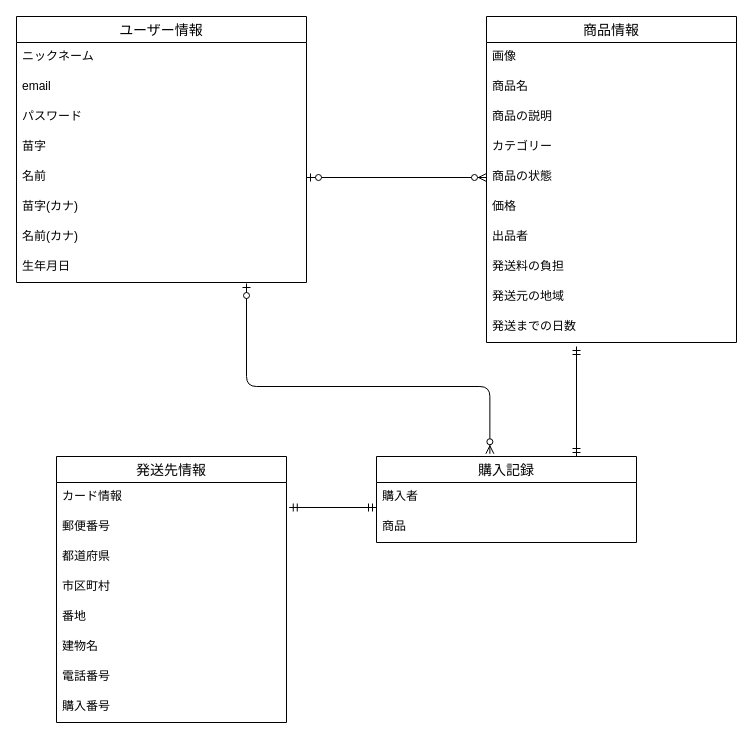
The draw.io diagram test.dio in yuyadesu/furima-38092, before the edit. Source tidied: cells renumbered, new cells numbered last; positions are measured from the earlier drawing's top-left corner, leaving out a move shared by most shapes. Both pictures are drawn from the tidied source at 100%, with x=0, y=0 at pixel (16, 16).
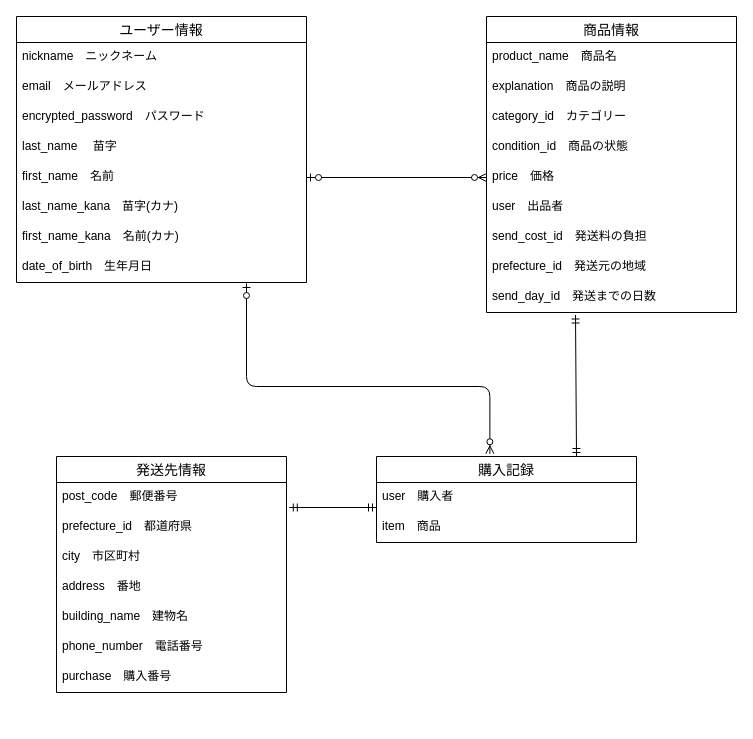
After the change.

Commit message:
テーブル設計5修正

Unchanged cells that the change refers to:
```xml
<mxCell id="2" value="ユーザー情報" style="swimlane;fontStyle=0;horizontal=1;startSize=26;align=center;fontSize=14;" parent="1" vertex="1">
  <mxGeometry width="290" height="266" as="geometry" />
</mxCell>
<mxCell id="22" value="購入記録" style="swimlane;fontStyle=0;horizontal=1;startSize=26;align=center;fontSize=14;" parent="1" vertex="1">
  <mxGeometry x="360" y="440" width="260" height="86" as="geometry" />
</mxCell>
```

Diff of the diagram source:
```diff
@@
-    <mxCell id="3" value="ニックネーム" style="text;strokeColor=none;fillColor=none;spacingLeft=4;spacingRight=4;overflow=hidden;fontSize=12;" parent="2" vertex="1">
+    <mxCell id="3" value="nickname　ニックネーム" style="text;strokeColor=none;fillColor=none;spacingLeft=4;spacingRight=4;overflow=hidden;fontSize=12;" parent="2" vertex="1">
       <mxGeometry y="26" width="290" height="30" as="geometry" />
     </mxCell>
-    <mxCell id="4" value="email" style="text;strokeColor=none;fillColor=none;spacingLeft=4;spacingRight=4;overflow=hidden;fontSize=12;" parent="2" vertex="1">
+    <mxCell id="4" value="email　メールアドレス" style="text;strokeColor=none;fillColor=none;spacingLeft=4;spacingRight=4;overflow=hidden;fontSize=12;" parent="2" vertex="1">
       <mxGeometry y="56" width="290" height="30" as="geometry" />
     </mxCell>
-    <mxCell id="5" value="パスワード" style="text;strokeColor=none;fillColor=none;spacingLeft=4;spacingRight=4;overflow=hidden;fontSize=12;" parent="2" vertex="1">
+    <mxCell id="5" value="encrypted_password　パスワード" style="text;strokeColor=none;fillColor=none;spacingLeft=4;spacingRight=4;overflow=hidden;fontSize=12;" parent="2" vertex="1">
       <mxGeometry y="86" width="290" height="30" as="geometry" />
     </mxCell>
-    <mxCell id="6" value="苗字" style="text;strokeColor=none;fillColor=none;spacingLeft=4;spacingRight=4;overflow=hidden;fontSize=12;" parent="2" vertex="1">
+    <mxCell id="6" value="last_name 　苗字" style="text;strokeColor=none;fillColor=none;spacingLeft=4;spacingRight=4;overflow=hidden;fontSize=12;" parent="2" vertex="1">
       <mxGeometry y="116" width="290" height="30" as="geometry" />
     </mxCell>
-    <mxCell id="7" value="名前" style="text;strokeColor=none;fillColor=none;spacingLeft=4;spacingRight=4;overflow=hidden;points=[[0,0.5],[1,0.5]];portConstraint=eastwest;fontSize=12;" parent="2" vertex="1">
+    <mxCell id="7" value="first_name　名前" style="text;strokeColor=none;fillColor=none;spacingLeft=4;spacingRight=4;overflow=hidden;points=[[0,0.5],[1,0.5]];portConstraint=eastwest;fontSize=12;" parent="2" vertex="1">
       <mxGeometry y="146" width="290" height="30" as="geometry" />
     </mxCell>
-    <mxCell id="8" value="苗字(カナ)" style="text;strokeColor=none;fillColor=none;spacingLeft=4;spacingRight=4;overflow=hidden;fontSize=12;" parent="2" vertex="1">
+    <mxCell id="8" value="last_name_kana　苗字(カナ)" style="text;strokeColor=none;fillColor=none;spacingLeft=4;spacingRight=4;overflow=hidden;fontSize=12;" parent="2" vertex="1">
       <mxGeometry y="176" width="290" height="30" as="geometry" />
     </mxCell>
-    <mxCell id="9" value="名前(カナ)" style="text;strokeColor=none;fillColor=none;spacingLeft=4;spacingRight=4;overflow=hidden;fontSize=12;" parent="2" vertex="1">
+    <mxCell id="9" value="first_name_kana　名前(カナ)" style="text;strokeColor=none;fillColor=none;spacingLeft=4;spacingRight=4;overflow=hidden;fontSize=12;" parent="2" vertex="1">
       <mxGeometry y="206" width="290" height="30" as="geometry" />
     </mxCell>
-    <mxCell id="10" value="生年月日" style="text;strokeColor=none;fillColor=none;spacingLeft=4;spacingRight=4;overflow=hidden;fontSize=12;" parent="2" vertex="1">
+    <mxCell id="10" value="date_of_birth　生年月日" style="text;strokeColor=none;fillColor=none;spacingLeft=4;spacingRight=4;overflow=hidden;fontSize=12;" parent="2" vertex="1">
       <mxGeometry y="236" width="290" height="30" as="geometry" />
     </mxCell>
     <mxCell id="11" value="商品情報" style="swimlane;fontStyle=0;horizontal=1;startSize=26;align=center;fontSize=14;" parent="1" vertex="1">
-      <mxGeometry x="470" width="250" height="326" as="geometry" />
+      <mxGeometry x="470" width="250" height="296" as="geometry" />
     </mxCell>
-    <mxCell id="12" value="画像" style="text;strokeColor=none;fillColor=none;spacingLeft=4;spacingRight=4;overflow=hidden;fontSize=12;" parent="11" vertex="1">
-      <mxGeometry y="26" width="250" height="30" as="geometry" />
-    </mxCell>
-    <mxCell id="13" value="商品名" style="text;strokeColor=none;fillColor=none;spacingLeft=4;spacingRight=4;overflow=hidden;fontSize=12;" parent="11" vertex="1">
-      <mxGeometry y="56" width="250" height="30" as="geometry" />
+    <mxCell id="13" value="product_name　商品名" style="text;strokeColor=none;fillColor=none;spacingLeft=4;spacingRight=4;overflow=hidden;fontSize=12;" parent="11" vertex="1">
+      <mxGeometry y="26" width="250" height="30" as="geometry" />
     </mxCell>
-    <mxCell id="14" value="商品の説明" style="text;strokeColor=none;fillColor=none;spacingLeft=4;spacingRight=4;overflow=hidden;fontSize=12;" parent="11" vertex="1">
-      <mxGeometry y="86" width="250" height="30" as="geometry" />
+    <mxCell id="14" value="explanation　商品の説明" style="text;strokeColor=none;fillColor=none;spacingLeft=4;spacingRight=4;overflow=hidden;fontSize=12;" parent="11" vertex="1">
+      <mxGeometry y="56" width="250" height="30" as="geometry" />
     </mxCell>
-    <mxCell id="15" value="カテゴリー" style="text;strokeColor=none;fillColor=none;spacingLeft=4;spacingRight=4;overflow=hidden;fontSize=12;" parent="11" vertex="1">
-      <mxGeometry y="116" width="250" height="30" as="geometry" />
+    <mxCell id="15" value="category_id　カテゴリー" style="text;strokeColor=none;fillColor=none;spacingLeft=4;spacingRight=4;overflow=hidden;fontSize=12;" parent="11" vertex="1">
+      <mxGeometry y="86" width="250" height="30" as="geometry" />
     </mxCell>
-    <mxCell id="16" value="商品の状態" style="text;strokeColor=none;fillColor=none;spacingLeft=4;spacingRight=4;overflow=hidden;points=[[0,0.5],[1,0.5]];portConstraint=eastwest;fontSize=12;" parent="11" vertex="1">
-      <mxGeometry y="146" width="250" height="30" as="geometry" />
+    <mxCell id="16" value="condition_id　商品の状態" style="text;strokeColor=none;fillColor=none;spacingLeft=4;spacingRight=4;overflow=hidden;points=[[0,0.5],[1,0.5]];portConstraint=eastwest;fontSize=12;" parent="11" vertex="1">
+      <mxGeometry y="116" width="250" height="30" as="geometry" />
     </mxCell>
-    <mxCell id="17" value="価格" style="text;strokeColor=none;fillColor=none;spacingLeft=4;spacingRight=4;overflow=hidden;points=[[0,0.5],[1,0.5]];portConstraint=eastwest;fontSize=12;" parent="11" vertex="1">
-      <mxGeometry y="176" width="250" height="30" as="geometry" />
+    <mxCell id="17" value="price　価格" style="text;strokeColor=none;fillColor=none;spacingLeft=4;spacingRight=4;overflow=hidden;points=[[0,0.5],[1,0.5]];portConstraint=eastwest;fontSize=12;" parent="11" vertex="1">
+      <mxGeometry y="146" width="250" height="30" as="geometry" />
     </mxCell>
-    <mxCell id="18" value="出品者" style="text;strokeColor=none;fillColor=none;spacingLeft=4;spacingRight=4;overflow=hidden;fontSize=12;" parent="11" vertex="1">
-      <mxGeometry y="206" width="250" height="30" as="geometry" />
+    <mxCell id="18" value="user　出品者" style="text;strokeColor=none;fillColor=none;spacingLeft=4;spacingRight=4;overflow=hidden;fontSize=12;" parent="11" vertex="1">
+      <mxGeometry y="176" width="250" height="30" as="geometry" />
     </mxCell>
-    <mxCell id="19" value="発送料の負担" style="text;strokeColor=none;fillColor=none;spacingLeft=4;spacingRight=4;overflow=hidden;fontSize=12;" parent="11" vertex="1">
-      <mxGeometry y="236" width="250" height="30" as="geometry" />
+    <mxCell id="19" value="send_cost_id　発送料の負担" style="text;strokeColor=none;fillColor=none;spacingLeft=4;spacingRight=4;overflow=hidden;fontSize=12;" parent="11" vertex="1">
+      <mxGeometry y="206" width="250" height="30" as="geometry" />
     </mxCell>
-    <mxCell id="20" value="発送元の地域" style="text;strokeColor=none;fillColor=none;spacingLeft=4;spacingRight=4;overflow=hidden;fontSize=12;" parent="11" vertex="1">
-      <mxGeometry y="266" width="250" height="30" as="geometry" />
+    <mxCell id="20" value="prefecture_id　発送元の地域" style="text;strokeColor=none;fillColor=none;spacingLeft=4;spacingRight=4;overflow=hidden;fontSize=12;" parent="11" vertex="1">
+      <mxGeometry y="236" width="250" height="30" as="geometry" />
     </mxCell>
-    <mxCell id="21" value="発送までの日数" style="text;strokeColor=none;fillColor=none;spacingLeft=4;spacingRight=4;overflow=hidden;points=[[0,0.5],[1,0.5]];portConstraint=eastwest;fontSize=12;" parent="11" vertex="1">
-      <mxGeometry y="296" width="250" height="30" as="geometry" />
+    <mxCell id="21" value="send_day_id　発送までの日数" style="text;strokeColor=none;fillColor=none;spacingLeft=4;spacingRight=4;overflow=hidden;points=[[0,0.5],[1,0.5]];portConstraint=eastwest;fontSize=12;" parent="11" vertex="1">
+      <mxGeometry y="266" width="250" height="30" as="geometry" />
     </mxCell>
@@
-    <mxCell id="23" value="購入者" style="text;strokeColor=none;fillColor=none;spacingLeft=4;spacingRight=4;overflow=hidden;fontSize=12;" parent="22" vertex="1">
+    <mxCell id="23" value="user　購入者" style="text;strokeColor=none;fillColor=none;spacingLeft=4;spacingRight=4;overflow=hidden;fontSize=12;" parent="22" vertex="1">
       <mxGeometry y="26" width="260" height="30" as="geometry" />
     </mxCell>
-    <mxCell id="24" value="商品" style="text;strokeColor=none;fillColor=none;spacingLeft=4;spacingRight=4;overflow=hidden;fontSize=12;" parent="22" vertex="1">
+    <mxCell id="24" value="item　商品" style="text;strokeColor=none;fillColor=none;spacingLeft=4;spacingRight=4;overflow=hidden;fontSize=12;" parent="22" vertex="1">
       <mxGeometry y="56" width="260" height="30" as="geometry" />
     </mxCell>
     <mxCell id="25" value="発送先情報" style="swimlane;fontStyle=0;horizontal=1;startSize=26;align=center;fontSize=14;" parent="1" vertex="1">
-      <mxGeometry x="40" y="440" width="230" height="266" as="geometry" />
+      <mxGeometry x="40" y="440" width="230" height="236" as="geometry" />
     </mxCell>
-    <mxCell id="26" value="カード情報" style="text;strokeColor=none;fillColor=none;spacingLeft=4;spacingRight=4;overflow=hidden;points=[[0,0.5],[1,0.5]];portConstraint=eastwest;fontSize=12;" parent="25" vertex="1">
-      <mxGeometry y="26" width="230" height="30" as="geometry" />
-    </mxCell>
-    <mxCell id="27" value="郵便番号" style="text;strokeColor=none;fillColor=none;spacingLeft=4;spacingRight=4;overflow=hidden;fontSize=12;" parent="25" vertex="1">
-      <mxGeometry y="56" width="230" height="30" as="geometry" />
+    <mxCell id="27" value="post_code　郵便番号" style="text;strokeColor=none;fillColor=none;spacingLeft=4;spacingRight=4;overflow=hidden;fontSize=12;" parent="25" vertex="1">
+      <mxGeometry y="26" width="230" height="30" as="geometry" />
     </mxCell>
-    <mxCell id="28" value="都道府県" style="text;strokeColor=none;fillColor=none;spacingLeft=4;spacingRight=4;overflow=hidden;fontSize=12;" parent="25" vertex="1">
-      <mxGeometry y="86" width="230" height="30" as="geometry" />
+    <mxCell id="28" value="prefecture_id　都道府県" style="text;strokeColor=none;fillColor=none;spacingLeft=4;spacingRight=4;overflow=hidden;fontSize=12;" parent="25" vertex="1">
+      <mxGeometry y="56" width="230" height="30" as="geometry" />
     </mxCell>
-    <mxCell id="29" value="市区町村" style="text;strokeColor=none;fillColor=none;spacingLeft=4;spacingRight=4;overflow=hidden;fontSize=12;" parent="25" vertex="1">
-      <mxGeometry y="116" width="230" height="30" as="geometry" />
+    <mxCell id="29" value="city　市区町村" style="text;strokeColor=none;fillColor=none;spacingLeft=4;spacingRight=4;overflow=hidden;fontSize=12;" parent="25" vertex="1">
+      <mxGeometry y="86" width="230" height="30" as="geometry" />
     </mxCell>
-    <mxCell id="30" value="番地" style="text;strokeColor=none;fillColor=none;spacingLeft=4;spacingRight=4;overflow=hidden;fontSize=12;" parent="25" vertex="1">
-      <mxGeometry y="146" width="230" height="30" as="geometry" />
+    <mxCell id="30" value="address　番地" style="text;strokeColor=none;fillColor=none;spacingLeft=4;spacingRight=4;overflow=hidden;fontSize=12;" parent="25" vertex="1">
+      <mxGeometry y="116" width="230" height="30" as="geometry" />
     </mxCell>
-    <mxCell id="31" value="建物名" style="text;strokeColor=none;fillColor=none;spacingLeft=4;spacingRight=4;overflow=hidden;fontSize=12;" parent="25" vertex="1">
-      <mxGeometry y="176" width="230" height="30" as="geometry" />
+    <mxCell id="31" value="building_name　建物名" style="text;strokeColor=none;fillColor=none;spacingLeft=4;spacingRight=4;overflow=hidden;fontSize=12;" parent="25" vertex="1">
+      <mxGeometry y="146" width="230" height="30" as="geometry" />
     </mxCell>
-    <mxCell id="32" value="電話番号" style="text;strokeColor=none;fillColor=none;spacingLeft=4;spacingRight=4;overflow=hidden;fontSize=12;" parent="25" vertex="1">
-      <mxGeometry y="206" width="230" height="30" as="geometry" />
+    <mxCell id="32" value="phone_number　電話番号" style="text;strokeColor=none;fillColor=none;spacingLeft=4;spacingRight=4;overflow=hidden;fontSize=12;" parent="25" vertex="1">
+      <mxGeometry y="176" width="230" height="30" as="geometry" />
     </mxCell>
-    <mxCell id="33" value="購入番号" style="text;strokeColor=none;fillColor=none;spacingLeft=4;spacingRight=4;overflow=hidden;fontSize=12;" parent="25" vertex="1">
-      <mxGeometry y="236" width="230" height="30" as="geometry" />
+    <mxCell id="33" value="purchase　購入番号" style="text;strokeColor=none;fillColor=none;spacingLeft=4;spacingRight=4;overflow=hidden;fontSize=12;" parent="25" vertex="1">
+      <mxGeometry y="206" width="230" height="30" as="geometry" />
     </mxCell>
-    <mxCell id="34" style="fontSize=12;html=1;endArrow=ERzeroToMany;startArrow=ERzeroToOne;entryX=0;entryY=0.5;entryDx=0;entryDy=0;exitX=1;exitY=0.5;exitDx=0;exitDy=0;" parent="1" edge="1" source="7" target="16">
+    <mxCell id="34" style="fontSize=12;html=1;endArrow=ERzeroToMany;startArrow=ERzeroToOne;entryX=0;entryY=0.5;entryDx=0;entryDy=0;exitX=1;exitY=0.5;exitDx=0;exitDy=0;" parent="1" edge="1" source="7" target="17">
       <mxGeometry relative="1" as="geometry" />
     </mxCell>
@@
-    <mxCell id="36" style="fontSize=12;html=1;endArrow=ERmandOne;startArrow=ERmandOne;" parent="1" edge="1">
+    <mxCell id="36" style="fontSize=12;html=1;endArrow=ERmandOne;startArrow=ERmandOne;entryX=0.356;entryY=1.083;entryDx=0;entryDy=0;entryPerimeter=0;" parent="1" edge="1" target="21">
       <mxGeometry relative="1" as="geometry">
         <mxPoint x="560" y="440" as="sourcePoint" />
-        <mxPoint x="560" y="330" as="targetPoint" />
       </mxGeometry>
     </mxCell>
-    <mxCell id="37" style="fontSize=12;html=1;endArrow=ERmandOne;startArrow=ERmandOne;exitX=1.012;exitY=0.833;exitDx=0;exitDy=0;exitPerimeter=0;" parent="1" edge="1" source="26">
+    <mxCell id="37" style="fontSize=12;html=1;endArrow=ERmandOne;startArrow=ERmandOne;exitX=1.012;exitY=0.833;exitDx=0;exitDy=0;exitPerimeter=0;" parent="1" edge="1">
       <mxGeometry relative="1" as="geometry">
+        <mxPoint x="272.8" y="491" as="sourcePoint" />
         <mxPoint x="360" y="491" as="targetPoint" />
       </mxGeometry>
     </mxCell>
```
